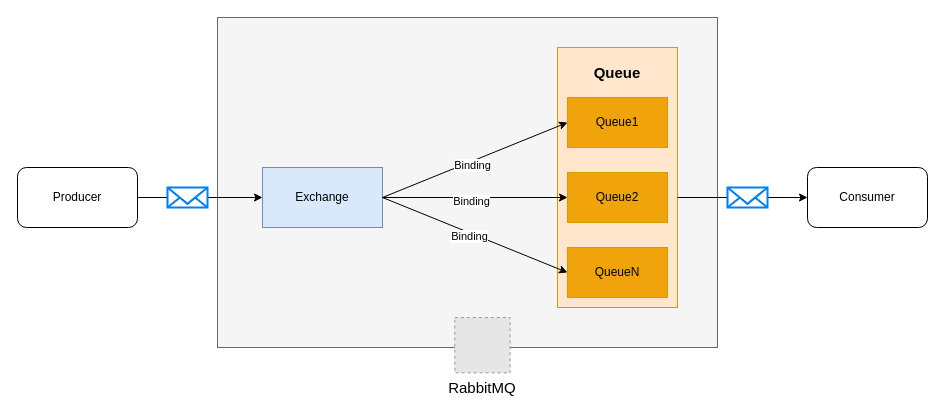
Above: architecture/rabbitmq.drawio in TreeStone94/drawio (draw.io), before the change. Source tidied: cells renumbered, new cells numbered last; positions are measured from the earlier drawing's top-left corner, leaving out a move shared by most shapes. Both pictures are drawn from the tidied source at 100%, with x=0, y=0 at pixel (17, 17). Pictures stored in the file or linked from it are replaced by grey dashed boxes.
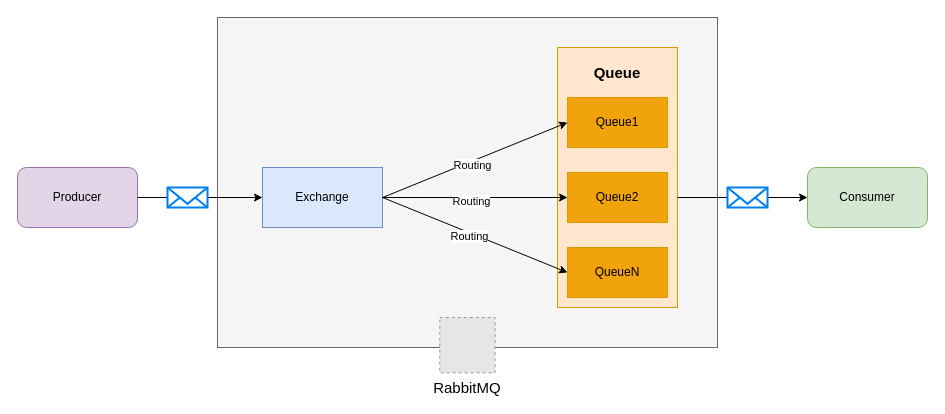
After the change.

The change refers to these unchanged cells:
```xml
<mxCell id="12" style="endArrow=classic;html=1;rounded=0;exitX=1;exitY=0.5;exitDx=0;exitDy=0;entryX=0;entryY=0.5;entryDx=0;entryDy=0;" parent="1" edge="1" source="6" target="8">
  <mxGeometry relative="1" as="geometry" />
</mxCell>
<mxCell id="14" style="endArrow=classic;html=1;rounded=0;entryX=0;entryY=0.5;entryDx=0;entryDy=0;exitX=1;exitY=0.5;exitDx=0;exitDy=0;" parent="1" edge="1" source="6" target="9">
  <mxGeometry relative="1" as="geometry" />
</mxCell>
<mxCell id="16" style="endArrow=classic;html=1;rounded=0;entryX=0;entryY=0.5;entryDx=0;entryDy=0;exitX=1;exitY=0.5;exitDx=0;exitDy=0;" parent="1" edge="1" source="6" target="10">
  <mxGeometry relative="1" as="geometry" />
</mxCell>
```

The edit, as a diff of the source:
```diff
@@
     <mxCell id="3" value="RabbitMQ" style="fillColor=#E6E6E6;strokeColor=#999999;dashed=1;verticalLabelPosition=bottom;labelBackgroundColor=#ffffff;verticalAlign=top;fontSize=15;" parent="1" vertex="1">
-      <mxGeometry x="437.3" y="300" width="55.3" height="55.3" as="geometry" />
+      <mxGeometry x="422.3" y="300" width="55.3" height="55.3" as="geometry" />
     </mxCell>
-    <mxCell id="4" value="Producer" style="rounded=1;whiteSpace=wrap;html=1;" parent="1" vertex="1">
+    <mxCell id="4" value="Producer" style="rounded=1;whiteSpace=wrap;html=1;fillColor=#e1d5e7;strokeColor=#9673a6;" parent="1" vertex="1">
       <mxGeometry y="150" width="120" height="60" as="geometry" />
     </mxCell>
-    <mxCell id="5" value="Consumer" style="rounded=1;whiteSpace=wrap;html=1;" parent="1" vertex="1">
+    <mxCell id="5" value="Consumer" style="rounded=1;whiteSpace=wrap;html=1;fillColor=#d5e8d4;strokeColor=#82b366;" parent="1" vertex="1">
       <mxGeometry x="790" y="150" width="120" height="60" as="geometry" />
     </mxCell>
@@
-    <mxCell id="13" value="Binding" style="edgeLabel;html=1;align=center;verticalAlign=middle;" parent="12" vertex="1">
+    <mxCell id="13" value="Routing" style="edgeLabel;html=1;align=center;verticalAlign=middle;" parent="12" vertex="1">
       <mxGeometry x="-0.05" y="-3" relative="1" as="geometry" />
     </mxCell>
@@
-    <mxCell id="15" value="Binding" style="edgeLabel;html=1;align=center;verticalAlign=middle;" parent="14" vertex="1">
+    <mxCell id="15" value="Routing" style="edgeLabel;html=1;align=center;verticalAlign=middle;" parent="14" vertex="1">
       <mxGeometry x="-0.05" y="-3" relative="1" as="geometry" />
     </mxCell>
@@
-    <mxCell id="17" value="Binding" style="edgeLabel;html=1;align=center;verticalAlign=middle;" parent="16" vertex="1">
+    <mxCell id="17" value="Routing" style="edgeLabel;html=1;align=center;verticalAlign=middle;" parent="16" vertex="1">
       <mxGeometry x="-0.05" y="-3" relative="1" as="geometry" />
     </mxCell>
```
